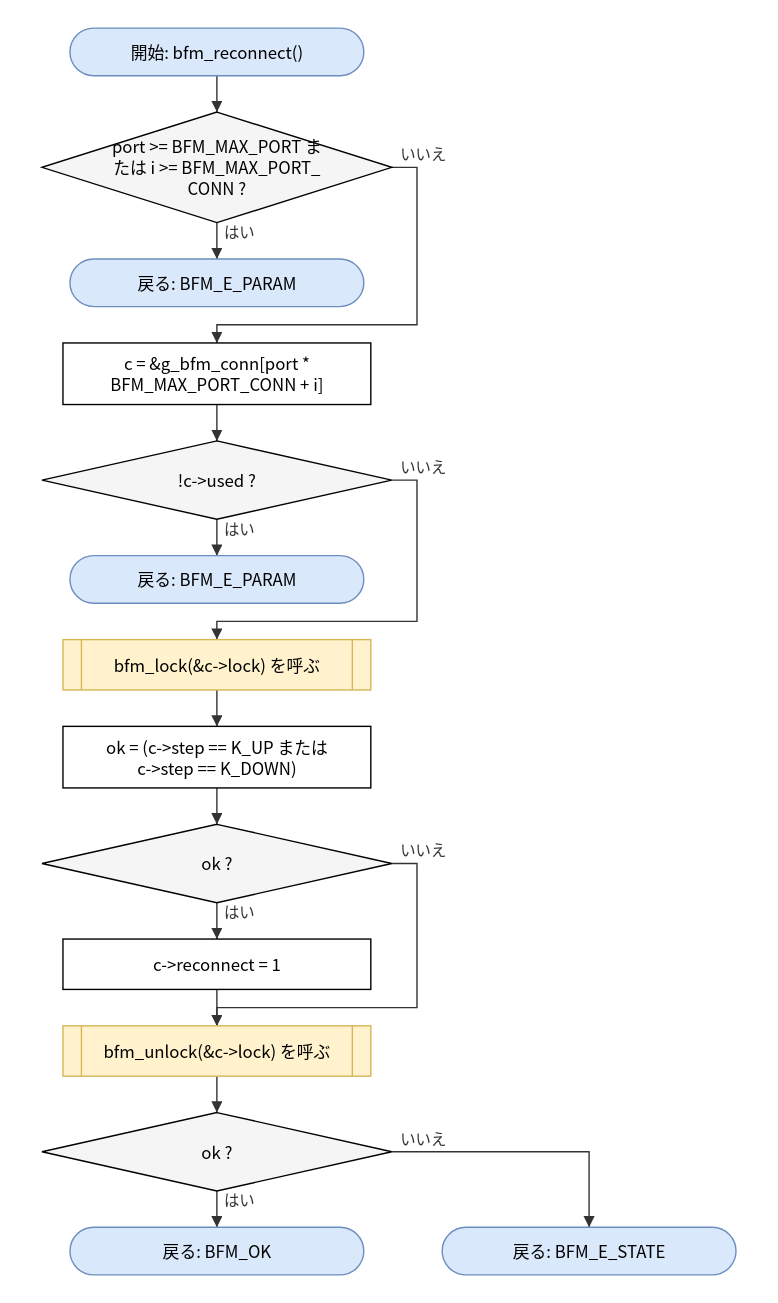
The draw.io diagram doc/spec/images/flow_src_bfm_cm-bfm_reconnect.drawio.svg in hf355051012-ai/bfmem, before a commit. Source tidied: cells renumbered, new cells last; positions are measured from the earlier drawing's top-left corner, leaving out a move shared by most shapes.
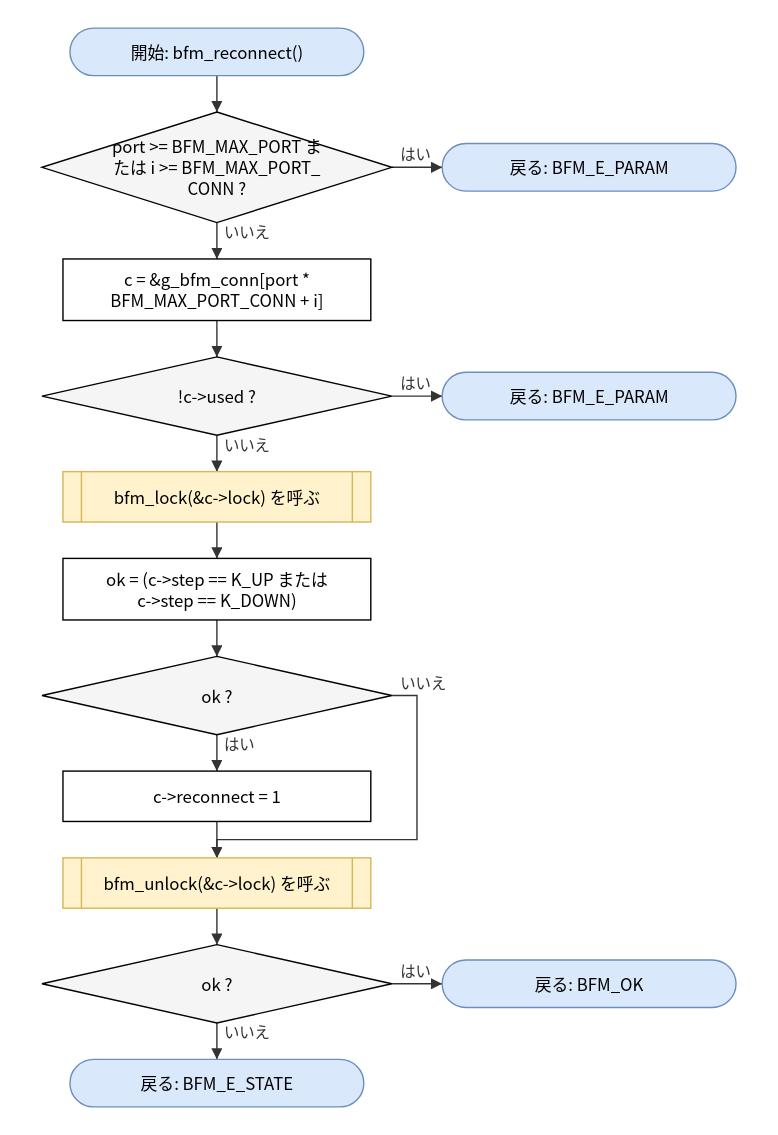
After the commit.

The edit, as a diff of the source:
```diff
@@ -9,70 +9,58 @@
       <mxGeometry y="60" width="250" height="79" as="geometry" />
     </mxCell>
     <mxCell id="4" value="戻る: BFM_E_PARAM" style="rounded=1;arcSize=50;whiteSpace=wrap;html=1;fillColor=#dae8fc;strokeColor=#6c8ebf;" parent="1" vertex="1">
-      <mxGeometry x="20" y="165" width="210" height="34" as="geometry" />
+      <mxGeometry x="286" y="82.5" width="210" height="34" as="geometry" />
     </mxCell>
     <mxCell id="5" value="c = &amp;amp;g_bfm_conn[port *&lt;br&gt;BFM_MAX_PORT_CONN + i]" style="rounded=0;whiteSpace=wrap;html=1;" parent="1" vertex="1">
-      <mxGeometry x="15" y="225" width="220" height="44" as="geometry" />
+      <mxGeometry x="15" y="165" width="220" height="44" as="geometry" />
     </mxCell>
     <mxCell id="6" value="!c-&amp;gt;used ?" style="rhombus;whiteSpace=wrap;html=1;fillColor=#f5f5f5;" parent="1" vertex="1">
-      <mxGeometry y="295" width="250" height="56" as="geometry" />
+      <mxGeometry y="235" width="250" height="56" as="geometry" />
     </mxCell>
     <mxCell id="7" value="戻る: BFM_E_PARAM" style="rounded=1;arcSize=50;whiteSpace=wrap;html=1;fillColor=#dae8fc;strokeColor=#6c8ebf;" parent="1" vertex="1">
-      <mxGeometry x="20" y="377" width="210" height="34" as="geometry" />
+      <mxGeometry x="286" y="246" width="210" height="34" as="geometry" />
     </mxCell>
     <mxCell id="8" value="bfm_lock(&amp;amp;c-&amp;gt;lock) を呼ぶ" style="shape=process;whiteSpace=wrap;html=1;backgroundOutline=1;size=0.06;fillColor=#fff2cc;strokeColor=#d6b656;" parent="1" vertex="1">
-      <mxGeometry x="15" y="437" width="220" height="36" as="geometry" />
+      <mxGeometry x="15" y="317" width="220" height="36" as="geometry" />
     </mxCell>
     <mxCell id="9" value="ok = (c-&amp;gt;step == K_UP または&lt;br&gt;c-&amp;gt;step == K_DOWN)" style="rounded=0;whiteSpace=wrap;html=1;" parent="1" vertex="1">
-      <mxGeometry x="15" y="499" width="220" height="44" as="geometry" />
+      <mxGeometry x="15" y="379" width="220" height="44" as="geometry" />
     </mxCell>
     <mxCell id="10" value="ok ?" style="rhombus;whiteSpace=wrap;html=1;fillColor=#f5f5f5;" parent="1" vertex="1">
-      <mxGeometry y="569" width="250" height="56" as="geometry" />
+      <mxGeometry y="449" width="250" height="56" as="geometry" />
     </mxCell>
     <mxCell id="11" value="c-&amp;gt;reconnect = 1" style="rounded=0;whiteSpace=wrap;html=1;" parent="1" vertex="1">
-      <mxGeometry x="15" y="651" width="220" height="36" as="geometry" />
+      <mxGeometry x="15" y="531" width="220" height="36" as="geometry" />
     </mxCell>
     <mxCell id="12" value="bfm_unlock(&amp;amp;c-&amp;gt;lock) を呼ぶ" style="shape=process;whiteSpace=wrap;html=1;backgroundOutline=1;size=0.06;fillColor=#fff2cc;strokeColor=#d6b656;" parent="1" vertex="1">
-      <mxGeometry x="15" y="713" width="220" height="36" as="geometry" />
+      <mxGeometry x="15" y="593" width="220" height="36" as="geometry" />
     </mxCell>
     <mxCell id="13" value="ok ?" style="rhombus;whiteSpace=wrap;html=1;fillColor=#f5f5f5;" parent="1" vertex="1">
-      <mxGeometry y="775" width="250" height="56" as="geometry" />
+      <mxGeometry y="655" width="250" height="56" as="geometry" />
     </mxCell>
     <mxCell id="14" value="戻る: BFM_OK" style="rounded=1;arcSize=50;whiteSpace=wrap;html=1;fillColor=#dae8fc;strokeColor=#6c8ebf;" parent="1" vertex="1">
-      <mxGeometry x="20" y="857" width="210" height="34" as="geometry" />
+      <mxGeometry x="286" y="666" width="210" height="34" as="geometry" />
     </mxCell>
     <mxCell id="15" value="戻る: BFM_E_STATE" style="rounded=1;arcSize=50;whiteSpace=wrap;html=1;fillColor=#dae8fc;strokeColor=#6c8ebf;" parent="1" vertex="1">
-      <mxGeometry x="286" y="857" width="210" height="34" as="geometry" />
+      <mxGeometry x="20" y="737" width="210" height="34" as="geometry" />
     </mxCell>
     <mxCell id="16" style="edgeStyle=none;html=1;rounded=0;endArrow=block;endFill=1;exitX=0.5000;exitY=1.0000;exitDx=0;exitDy=0;exitPerimeter=0;entryX=0.5000;entryY=0.0000;entryDx=0;entryDy=0;entryPerimeter=0;" parent="1" edge="1" source="2" target="3">
       <mxGeometry relative="1" as="geometry" />
     </mxCell>
-    <mxCell id="17" value="はい" style="edgeStyle=none;html=1;rounded=0;endArrow=block;endFill=1;exitX=0.5000;exitY=1.0000;exitDx=0;exitDy=0;exitPerimeter=0;entryX=0.5000;entryY=0.0000;entryDx=0;entryDy=0;entryPerimeter=0;" parent="1" edge="1" source="3" target="4">
+    <mxCell id="17" value="はい" style="edgeStyle=none;html=1;rounded=0;endArrow=block;endFill=1;exitX=1.0000;exitY=0.5000;exitDx=0;exitDy=0;exitPerimeter=0;entryX=0.0000;entryY=0.5000;entryDx=0;entryDy=0;entryPerimeter=0;" parent="1" edge="1" source="3" target="4">
       <mxGeometry relative="1" as="geometry" />
     </mxCell>
-    <mxCell id="18" value="いいえ" style="edgeStyle=none;html=1;rounded=0;endArrow=block;endFill=1;exitX=1.0000;exitY=0.5000;exitDx=0;exitDy=0;exitPerimeter=0;entryX=0.5000;entryY=0.0000;entryDx=0;entryDy=0;entryPerimeter=0;" parent="1" edge="1" source="3" target="5">
-      <mxGeometry relative="1" as="geometry">
-        <Array as="points">
-          <mxPoint x="268" y="99.5" />
-          <mxPoint x="268" y="212" />
-          <mxPoint x="125" y="212" />
-        </Array>
-      </mxGeometry>
+    <mxCell id="18" value="いいえ" style="edgeStyle=none;html=1;rounded=0;endArrow=block;endFill=1;exitX=0.5000;exitY=1.0000;exitDx=0;exitDy=0;exitPerimeter=0;entryX=0.5000;entryY=0.0000;entryDx=0;entryDy=0;entryPerimeter=0;" parent="1" edge="1" source="3" target="5">
+      <mxGeometry relative="1" as="geometry" />
     </mxCell>
     <mxCell id="19" style="edgeStyle=none;html=1;rounded=0;endArrow=block;endFill=1;exitX=0.5000;exitY=1.0000;exitDx=0;exitDy=0;exitPerimeter=0;entryX=0.5000;entryY=0.0000;entryDx=0;entryDy=0;entryPerimeter=0;" parent="1" edge="1" source="5" target="6">
       <mxGeometry relative="1" as="geometry" />
     </mxCell>
-    <mxCell id="20" value="はい" style="edgeStyle=none;html=1;rounded=0;endArrow=block;endFill=1;exitX=0.5000;exitY=1.0000;exitDx=0;exitDy=0;exitPerimeter=0;entryX=0.5000;entryY=0.0000;entryDx=0;entryDy=0;entryPerimeter=0;" parent="1" edge="1" source="6" target="7">
+    <mxCell id="20" value="はい" style="edgeStyle=none;html=1;rounded=0;endArrow=block;endFill=1;exitX=1.0000;exitY=0.5000;exitDx=0;exitDy=0;exitPerimeter=0;entryX=0.0000;entryY=0.5000;entryDx=0;entryDy=0;entryPerimeter=0;" parent="1" edge="1" source="6" target="7">
       <mxGeometry relative="1" as="geometry" />
     </mxCell>
-    <mxCell id="21" value="いいえ" style="edgeStyle=none;html=1;rounded=0;endArrow=block;endFill=1;exitX=1.0000;exitY=0.5000;exitDx=0;exitDy=0;exitPerimeter=0;entryX=0.5000;entryY=0.0000;entryDx=0;entryDy=0;entryPerimeter=0;" parent="1" edge="1" source="6" target="8">
-      <mxGeometry relative="1" as="geometry">
-        <Array as="points">
-          <mxPoint x="268" y="323" />
-          <mxPoint x="268" y="424" />
-          <mxPoint x="125" y="424" />
-        </Array>
-      </mxGeometry>
+    <mxCell id="21" value="いいえ" style="edgeStyle=none;html=1;rounded=0;endArrow=block;endFill=1;exitX=0.5000;exitY=1.0000;exitDx=0;exitDy=0;exitPerimeter=0;entryX=0.5000;entryY=0.0000;entryDx=0;entryDy=0;entryPerimeter=0;" parent="1" edge="1" source="6" target="8">
+      <mxGeometry relative="1" as="geometry" />
     </mxCell>
     <mxCell id="22" style="edgeStyle=none;html=1;rounded=0;endArrow=block;endFill=1;exitX=0.5000;exitY=1.0000;exitDx=0;exitDy=0;exitPerimeter=0;entryX=0.5000;entryY=0.0000;entryDx=0;entryDy=0;entryPerimeter=0;" parent="1" edge="1" source="8" target="9">
       <mxGeometry relative="1" as="geometry" />
@@ -89,24 +77,20 @@
     <mxCell id="26" value="いいえ" style="edgeStyle=none;html=1;rounded=0;endArrow=block;endFill=1;exitX=1.0000;exitY=0.5000;exitDx=0;exitDy=0;exitPerimeter=0;entryX=0.5000;entryY=0.0000;entryDx=0;entryDy=0;entryPerimeter=0;" parent="1" edge="1" source="10" target="12">
       <mxGeometry relative="1" as="geometry">
         <Array as="points">
-          <mxPoint x="268" y="597" />
-          <mxPoint x="268" y="700" />
-          <mxPoint x="125" y="700" />
+          <mxPoint x="268" y="477" />
+          <mxPoint x="268" y="580" />
+          <mxPoint x="125" y="580" />
         </Array>
       </mxGeometry>
     </mxCell>
     <mxCell id="27" style="edgeStyle=none;html=1;rounded=0;endArrow=block;endFill=1;exitX=0.5000;exitY=1.0000;exitDx=0;exitDy=0;exitPerimeter=0;entryX=0.5000;entryY=0.0000;entryDx=0;entryDy=0;entryPerimeter=0;" parent="1" edge="1" source="12" target="13">
       <mxGeometry relative="1" as="geometry" />
     </mxCell>
-    <mxCell id="28" value="はい" style="edgeStyle=none;html=1;rounded=0;endArrow=block;endFill=1;exitX=0.5000;exitY=1.0000;exitDx=0;exitDy=0;exitPerimeter=0;entryX=0.5000;entryY=0.0000;entryDx=0;entryDy=0;entryPerimeter=0;" parent="1" edge="1" source="13" target="14">
+    <mxCell id="28" value="はい" style="edgeStyle=none;html=1;rounded=0;endArrow=block;endFill=1;exitX=1.0000;exitY=0.5000;exitDx=0;exitDy=0;exitPerimeter=0;entryX=0.0000;entryY=0.5000;entryDx=0;entryDy=0;entryPerimeter=0;" parent="1" edge="1" source="13" target="14">
       <mxGeometry relative="1" as="geometry" />
     </mxCell>
-    <mxCell id="29" value="いいえ" style="edgeStyle=none;html=1;rounded=0;endArrow=block;endFill=1;exitX=1.0000;exitY=0.5000;exitDx=0;exitDy=0;exitPerimeter=0;entryX=0.5000;entryY=0.0000;entryDx=0;entryDy=0;entryPerimeter=0;" parent="1" edge="1" source="13" target="15">
-      <mxGeometry relative="1" as="geometry">
-        <Array as="points">
-          <mxPoint x="391" y="803" />
-        </Array>
-      </mxGeometry>
+    <mxCell id="29" value="いいえ" style="edgeStyle=none;html=1;rounded=0;endArrow=block;endFill=1;exitX=0.5000;exitY=1.0000;exitDx=0;exitDy=0;exitPerimeter=0;entryX=0.5000;entryY=0.0000;entryDx=0;entryDy=0;entryPerimeter=0;" parent="1" edge="1" source="13" target="15">
+      <mxGeometry relative="1" as="geometry" />
     </mxCell>
   </root>
 </mxGraphModel>
```
